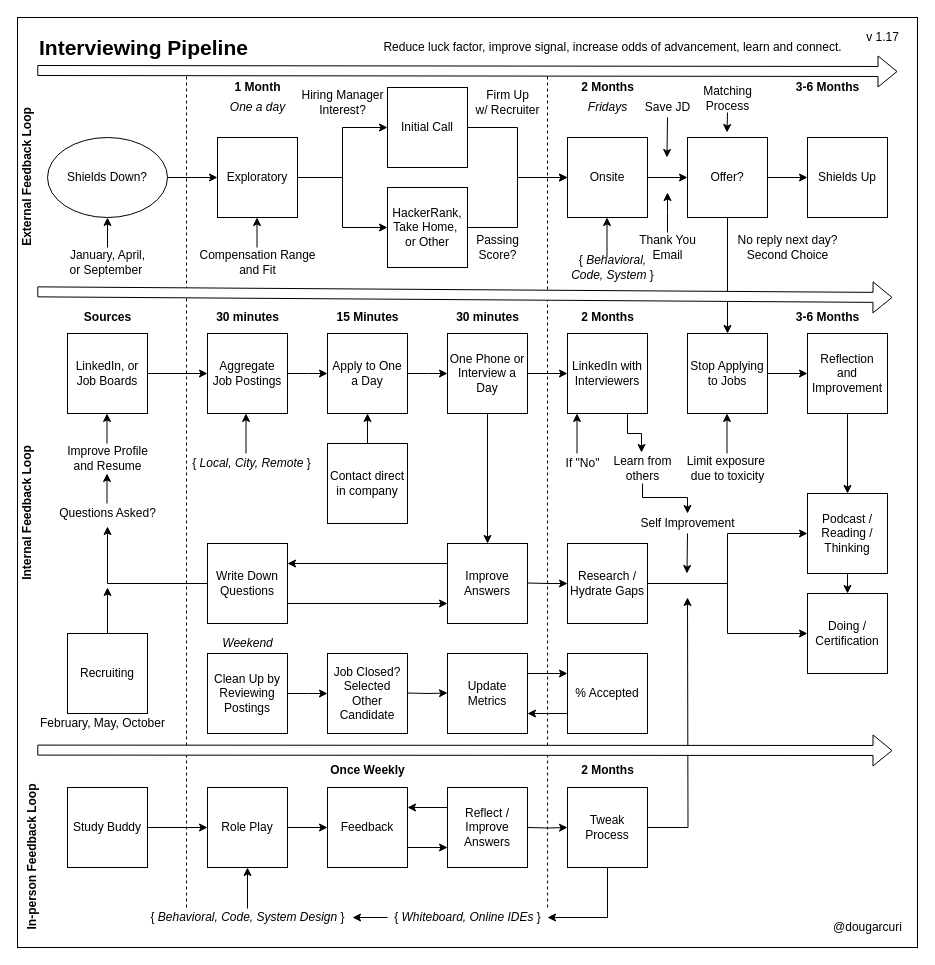
This is interviews/diagrams/interviewing-pipeline.drawio from solidi/learning-notes, a draw.io file, before an edit. Source tidied: cells renumbered, new cells numbered last; positions are measured from the earlier drawing's top-left corner, leaving out a move shared by most shapes. Both pictures are drawn from the tidied source at 100%, with x=0, y=0 at pixel (-48, 17).
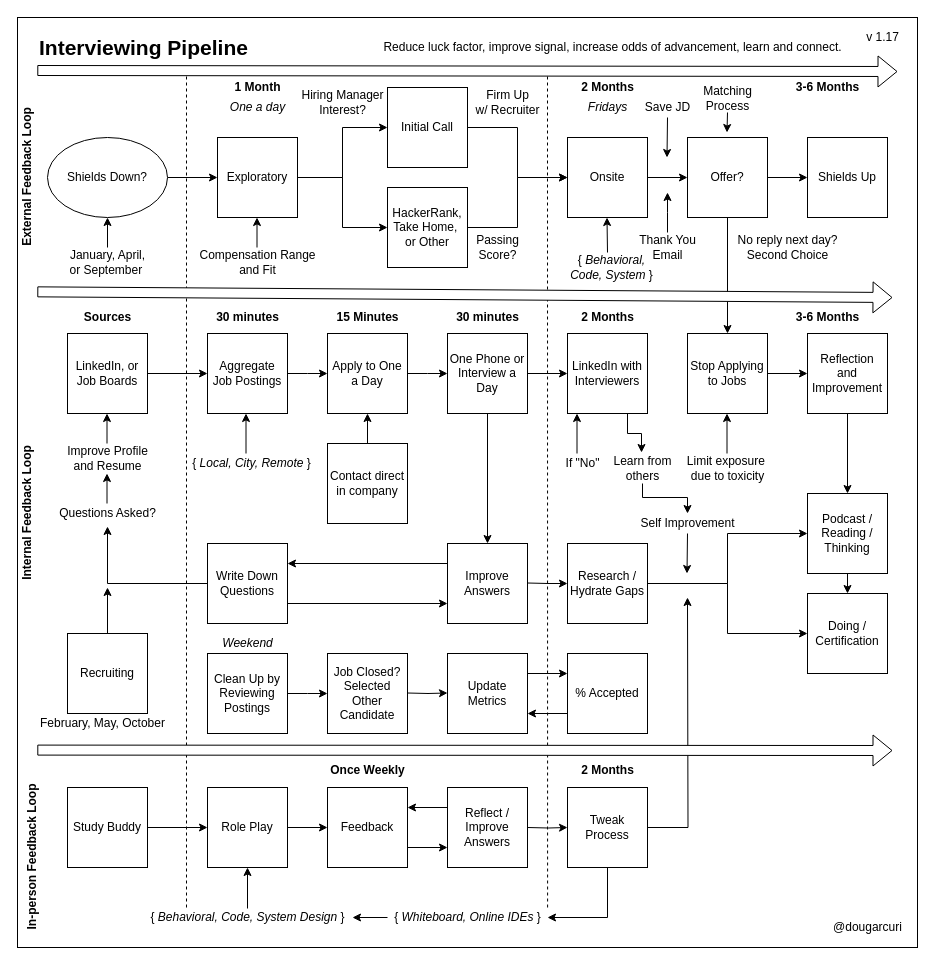
The same page after the edit.

Commit message (it also covers changes not shown here):
Small update to arrow formatting

What changed in the source:
```diff
@@
-    <mxCell id="128" style="endArrow=classic;html=1;" parent="1" edge="1">
+    <mxCell id="128" style="endArrow=classic;html=1;exitX=0.46;exitY=0;exitDx=0;exitDy=0;exitPerimeter=0;" parent="1" edge="1" source="129">
       <mxGeometry relative="1" as="geometry">
-        <mxPoint x="654.5" y="240" as="sourcePoint" />
         <mxPoint x="654.5" y="200" as="targetPoint" />
       </mxGeometry>
     </mxCell>
     <mxCell id="129" value="{&amp;nbsp;&lt;i&gt;Behavioral, &lt;br&gt;Code, System&amp;nbsp;&lt;/i&gt;}" style="text;html=1;align=center;verticalAlign=middle;points=[];" parent="1" vertex="1">
-      <mxGeometry x="610" y="235" width="100" height="30" as="geometry" />
+      <mxGeometry x="609" y="235" width="100" height="30" as="geometry" />
     </mxCell>
```
